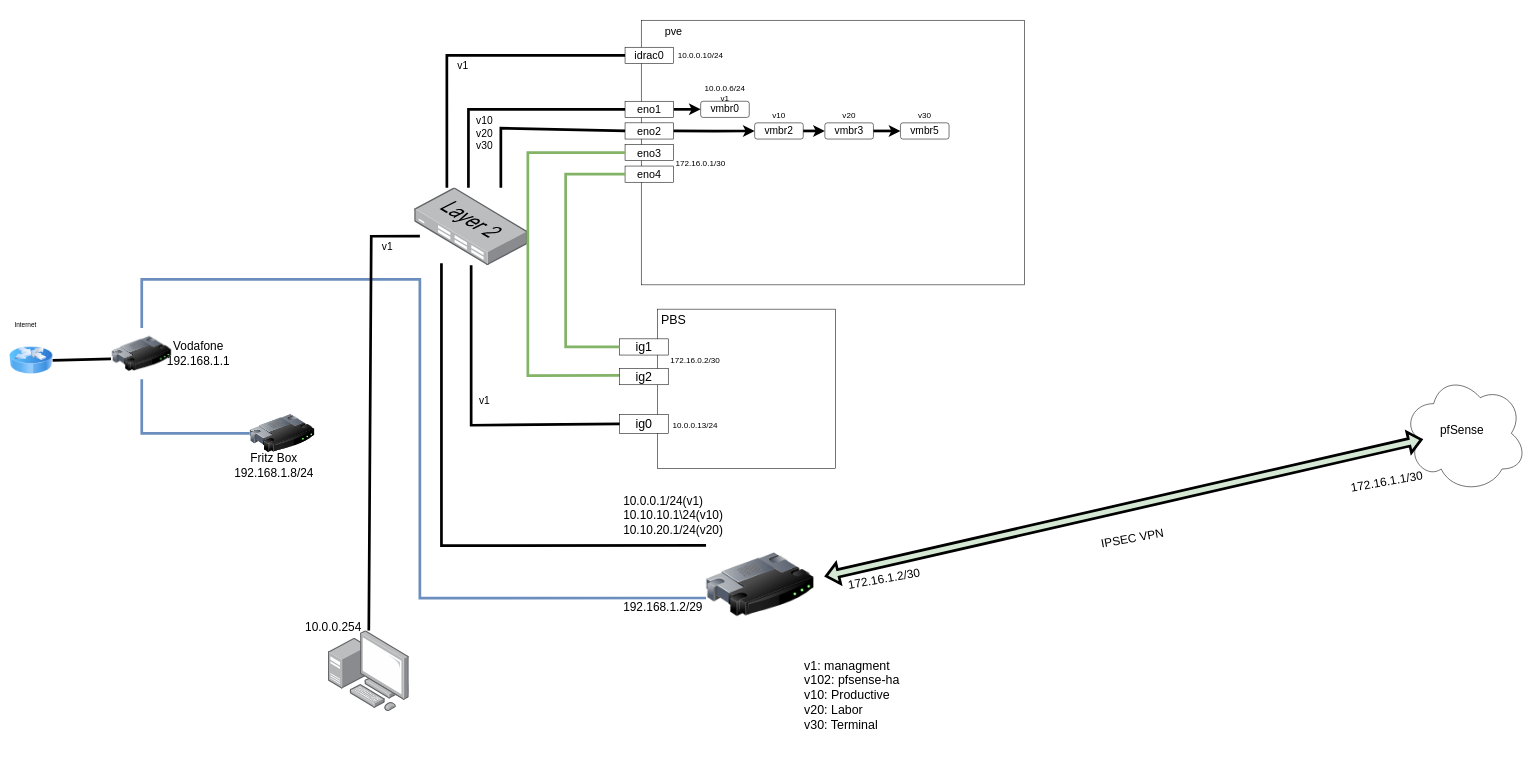
This is Untitled Diagram.drawio from lucpfi/homelab, a draw.io file, before an edit. Source tidied: cells renumbered, new cells numbered last; positions are measured from the earlier drawing's top-left corner, leaving out a move shared by most shapes. Both pictures are drawn from the tidied source at 54%, with x=0, y=0 at pixel (9, 9).
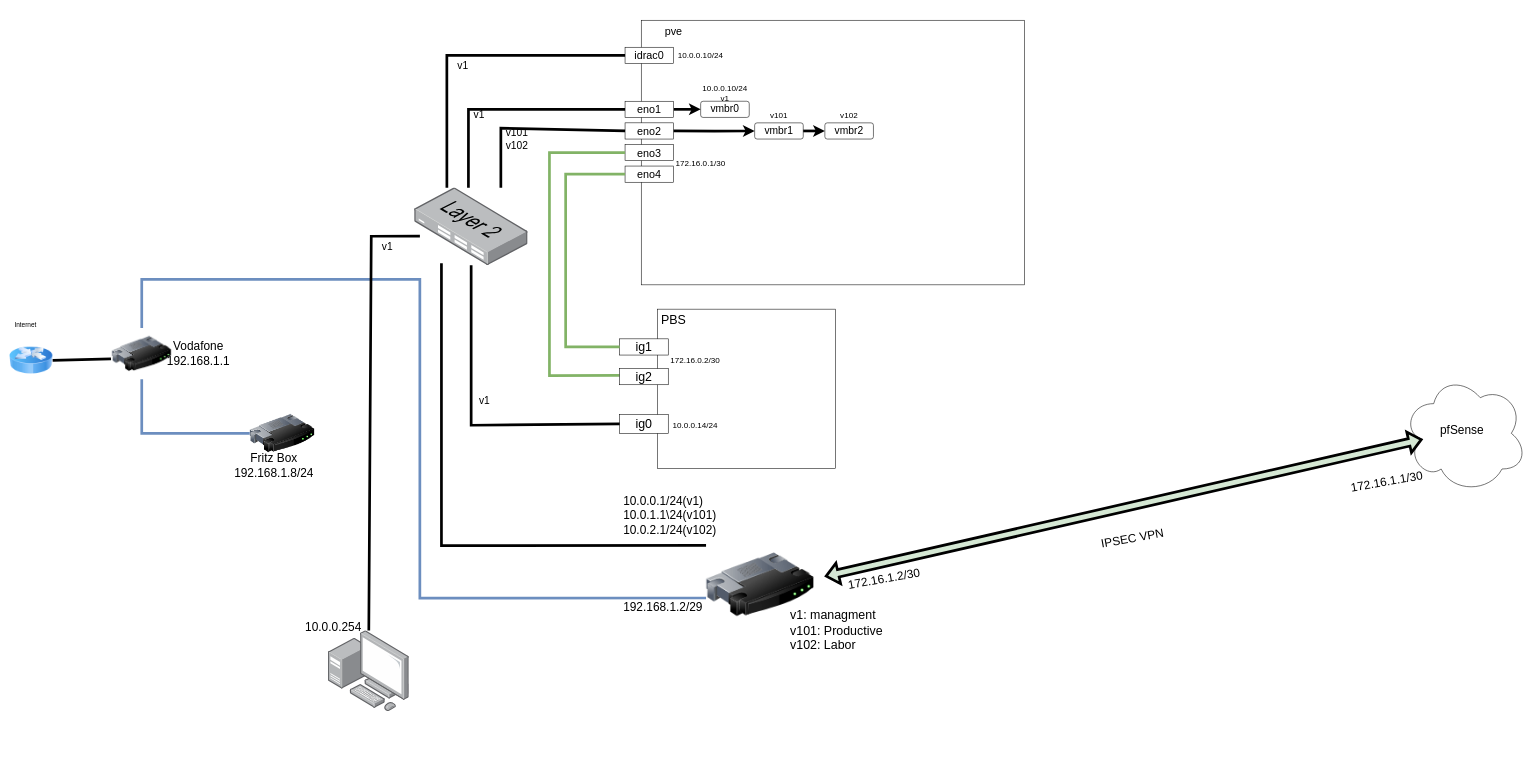
The same diagram, later.

Unchanged cells that the change refers to:
```xml
<mxCell id="18" value="eno3" style="rounded=0;whiteSpace=wrap;html=1;fontSize=20;" parent="1" vertex="1">
  <mxGeometry x="1140" y="250" width="90" height="30" as="geometry" />
</mxCell>
```

What changed in the source:
```diff
@@
-    <mxCell id="21" value="v1: managment&lt;br&gt;v102: pfsense-ha&lt;br&gt;v10: Productive&lt;br&gt;&lt;div&gt;&lt;div&gt;v20: Labor&lt;/div&gt;&lt;div&gt;v30: Terminal&lt;br&gt;&lt;/div&gt;&lt;/div&gt;" style="text;html=1;strokeColor=none;fillColor=none;align=left;verticalAlign=middle;whiteSpace=wrap;rounded=0;fontSize=23;" parent="1" vertex="1">
-      <mxGeometry x="1470" y="1170" width="210" height="200" as="geometry" />
+    <mxCell id="21" value="v1: managment&lt;br&gt;v101: Productive&lt;br&gt;&lt;div&gt;&lt;div&gt;v102: Labor&lt;/div&gt;&lt;/div&gt;" style="text;html=1;strokeColor=none;fillColor=none;align=left;verticalAlign=middle;whiteSpace=wrap;rounded=0;fontSize=23;" parent="1" vertex="1">
+      <mxGeometry x="1444" y="1050" width="210" height="200" as="geometry" />
     </mxCell>
-    <mxCell id="22" value="&lt;div&gt;v10&lt;/div&gt;&lt;div&gt;v20&lt;/div&gt;&lt;div&gt;v30&lt;br&gt;&lt;/div&gt;" style="text;html=1;strokeColor=none;fillColor=none;align=center;verticalAlign=middle;whiteSpace=wrap;rounded=0;fontSize=19;" parent="1" vertex="1">
-      <mxGeometry x="850" y="190" width="60" height="80" as="geometry" />
+    <mxCell id="22" value="&lt;div&gt;v101&lt;/div&gt;&lt;div&gt;v102&lt;/div&gt;" style="text;html=1;strokeColor=none;fillColor=none;align=center;verticalAlign=middle;whiteSpace=wrap;rounded=0;fontSize=19;" parent="1" vertex="1">
+      <mxGeometry x="910" y="200" width="60" height="80" as="geometry" />
     </mxCell>
@@
     <mxCell id="28" style="endArrow=none;html=1;rounded=0;fontSize=23;strokeWidth=5;entryX=0;entryY=0.5;entryDx=0;entryDy=0;exitX=0;exitY=0.5;exitDx=0;exitDy=0;fillColor=#d5e8d4;strokeColor=#82b366;" parent="1" edge="1" source="18">
       <mxGeometry relative="1" as="geometry">
         <mxPoint x="1130" y="677.5" as="targetPoint" />
         <Array as="points">
-          <mxPoint x="960" y="265" />
-          <mxPoint x="960" y="678" />
+          <mxPoint x="1000" y="265" />
+          <mxPoint x="1000" y="678" />
         </Array>
       </mxGeometry>
     </mxCell>
@@
-    <mxCell id="34" value="10.0.0.13/24" style="text;html=1;strokeColor=none;fillColor=none;align=center;verticalAlign=middle;whiteSpace=wrap;rounded=0;fontFamily=Helvetica;fontSize=15;fontColor=default;" parent="1" vertex="1">
+    <mxCell id="34" value="10.0.0.14/24" style="text;html=1;strokeColor=none;fillColor=none;align=center;verticalAlign=middle;whiteSpace=wrap;rounded=0;fontFamily=Helvetica;fontSize=15;fontColor=default;" parent="1" vertex="1">
       <mxGeometry x="1220" y="750" width="100" height="40" as="geometry" />
     </mxCell>
-    <mxCell id="35" value="10.0.0.1/24(v1)&lt;br style=&quot;font-size: 22px&quot;&gt;10.10.10.1\24(v10)&lt;br style=&quot;font-size: 22px&quot;&gt;10.10.20.1/24(v20)" style="text;html=1;strokeColor=none;fillColor=none;align=left;verticalAlign=middle;whiteSpace=wrap;rounded=0;fontSize=22;" parent="1" vertex="1">
+    <mxCell id="35" value="10.0.0.1/24(v1)&lt;br style=&quot;font-size: 22px&quot;&gt;10.0.1.1\24(v101)&lt;br style=&quot;font-size: 22px&quot;&gt;10.0.2.1/24(v102)" style="text;html=1;strokeColor=none;fillColor=none;align=left;verticalAlign=middle;whiteSpace=wrap;rounded=0;fontSize=22;" parent="1" vertex="1">
       <mxGeometry x="1135" y="900" width="140" height="75" as="geometry" />
     </mxCell>
@@
-    <mxCell id="43" value="vmbr2" style="rounded=1;whiteSpace=wrap;html=1;fontFamily=Helvetica;fontSize=19;fontColor=default;fillColor=none;gradientColor=none;" parent="1" vertex="1">
+    <mxCell id="43" value="vmbr1" style="rounded=1;whiteSpace=wrap;html=1;fontFamily=Helvetica;fontSize=19;fontColor=default;fillColor=none;gradientColor=none;" parent="1" vertex="1">
       <mxGeometry x="1380" y="210" width="90" height="30" as="geometry" />
     </mxCell>
-    <mxCell id="44" style="edgeStyle=orthogonalEdgeStyle;rounded=0;jettySize=auto;html=1;fontFamily=Helvetica;fontSize=15;fontColor=default;strokeWidth=5;" parent="1" edge="1" source="45" target="49">
-      <mxGeometry relative="1" as="geometry" />
-    </mxCell>
-    <mxCell id="45" value="vmbr3" style="rounded=1;whiteSpace=wrap;html=1;fontFamily=Helvetica;fontSize=19;fontColor=default;fillColor=none;gradientColor=none;" parent="1" vertex="1">
+    <mxCell id="45" value="vmbr2" style="rounded=1;whiteSpace=wrap;html=1;fontFamily=Helvetica;fontSize=19;fontColor=default;fillColor=none;gradientColor=none;" parent="1" vertex="1">
       <mxGeometry x="1510" y="210" width="90" height="30" as="geometry" />
     </mxCell>
-    <mxCell id="46" value="10.0.0.6/24&lt;br&gt;v1" style="text;html=1;strokeColor=none;fillColor=none;align=center;verticalAlign=middle;whiteSpace=wrap;rounded=0;fontFamily=Helvetica;fontSize=15;fontColor=default;" parent="1" vertex="1">
+    <mxCell id="46" value="10.0.0.10/24&lt;br&gt;v1" style="text;html=1;strokeColor=none;fillColor=none;align=center;verticalAlign=middle;whiteSpace=wrap;rounded=0;fontFamily=Helvetica;fontSize=15;fontColor=default;" parent="1" vertex="1">
       <mxGeometry x="1280" y="140" width="90" height="30" as="geometry" />
     </mxCell>
-    <mxCell id="47" value="v10" style="text;html=1;strokeColor=none;fillColor=none;align=center;verticalAlign=middle;whiteSpace=wrap;rounded=0;fontFamily=Helvetica;fontSize=15;fontColor=default;" parent="1" vertex="1">
+    <mxCell id="47" value="v101" style="text;html=1;strokeColor=none;fillColor=none;align=center;verticalAlign=middle;whiteSpace=wrap;rounded=0;fontFamily=Helvetica;fontSize=15;fontColor=default;" parent="1" vertex="1">
       <mxGeometry x="1380" y="180" width="90" height="30" as="geometry" />
     </mxCell>
-    <mxCell id="48" value="v20" style="text;html=1;strokeColor=none;fillColor=none;align=center;verticalAlign=middle;whiteSpace=wrap;rounded=0;fontFamily=Helvetica;fontSize=15;fontColor=default;" parent="1" vertex="1">
+    <mxCell id="48" value="v102" style="text;html=1;strokeColor=none;fillColor=none;align=center;verticalAlign=middle;whiteSpace=wrap;rounded=0;fontFamily=Helvetica;fontSize=15;fontColor=default;" parent="1" vertex="1">
       <mxGeometry x="1510" y="180" width="90" height="30" as="geometry" />
     </mxCell>
-    <mxCell id="49" value="vmbr5" style="rounded=1;whiteSpace=wrap;html=1;fontFamily=Helvetica;fontSize=19;fontColor=default;fillColor=none;gradientColor=none;" parent="1" vertex="1">
-      <mxGeometry x="1650" y="210" width="90" height="30" as="geometry" />
-    </mxCell>
-    <mxCell id="50" value="v30" style="text;html=1;strokeColor=none;fillColor=none;align=center;verticalAlign=middle;whiteSpace=wrap;rounded=0;fontFamily=Helvetica;fontSize=15;fontColor=default;" parent="1" vertex="1">
-      <mxGeometry x="1650" y="180" width="90" height="30" as="geometry" />
-    </mxCell>
@@
+    <mxCell id="64" value="&lt;div&gt;v1&lt;/div&gt;" style="text;html=1;strokeColor=none;fillColor=none;align=center;verticalAlign=middle;whiteSpace=wrap;rounded=0;fontFamily=Helvetica;fontSize=19;fontColor=default;" parent="1" vertex="1">
+      <mxGeometry x="840" y="180" width="60" height="30" as="geometry" />
+    </mxCell>
```
